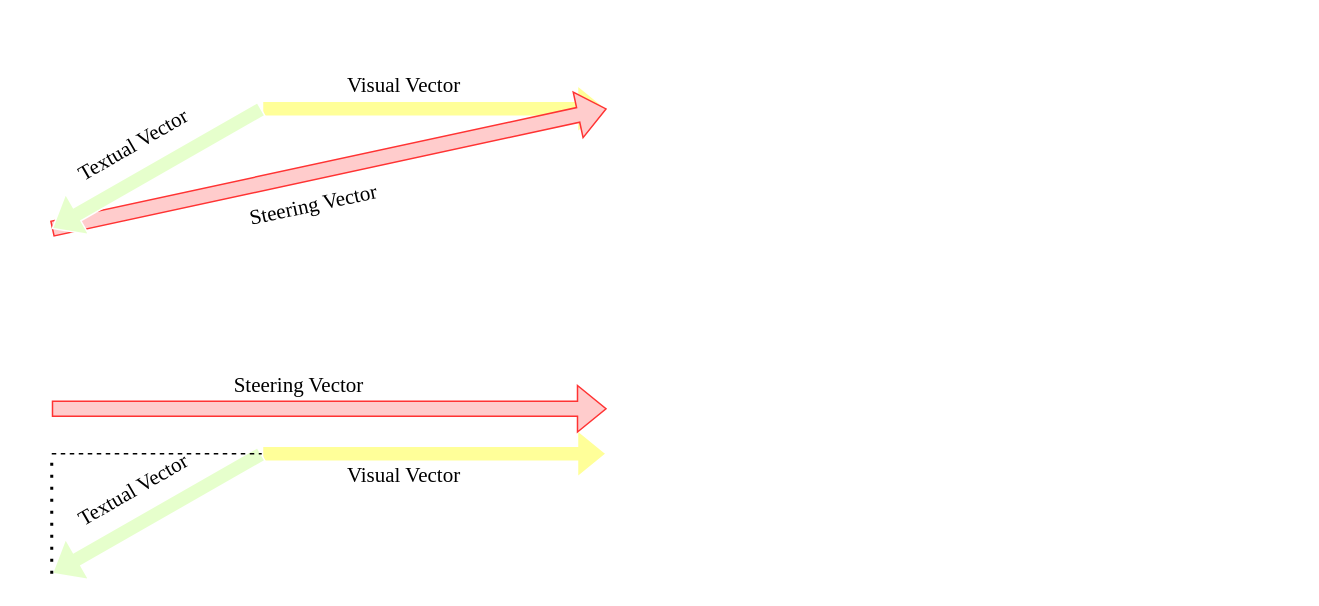
Above: vector_mi.drawio in bozhao-li/hello-world (draw.io), before the change. Source tidied: cells renumbered, new cells numbered last; positions are measured from the earlier drawing's top-left corner, leaving out a move shared by most shapes. Both pictures are drawn from the tidied source at 150%, with x=0, y=0 at pixel (21, 63).
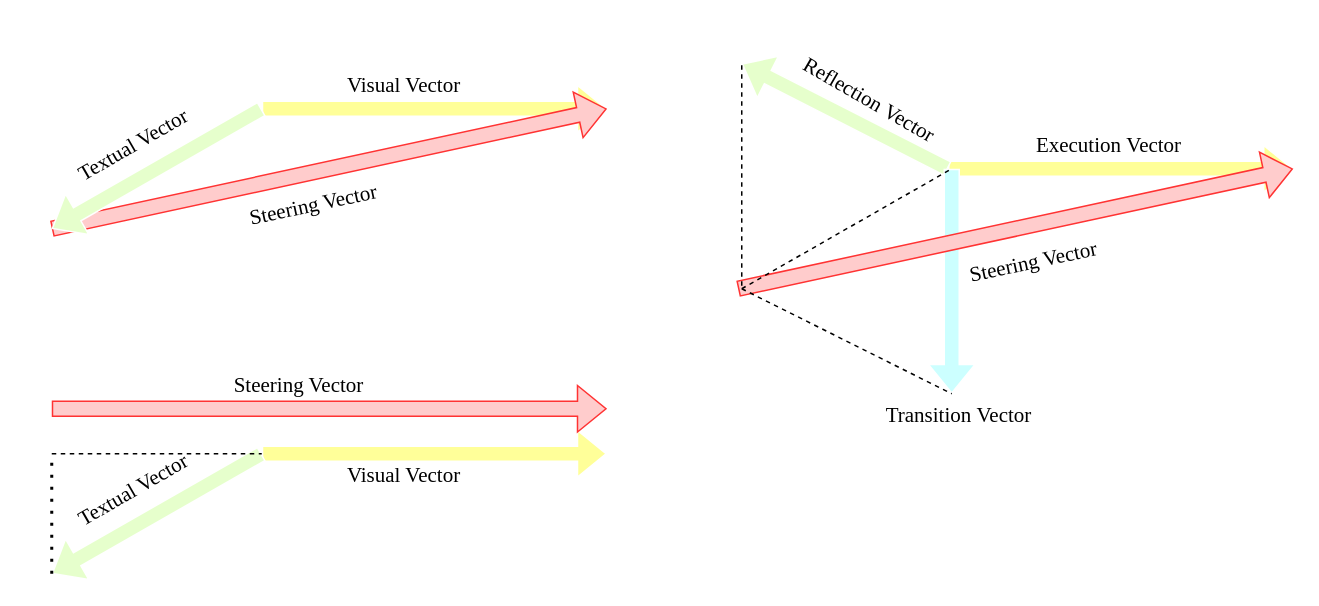
The same diagram, later.

The edit, as a diff of the source:
```diff
@@
+    <mxCell id="16" style="shape=flexArrow;endArrow=classic;html=1;rounded=0;fillColor=#FFFF99;strokeColor=#FFFFFF;" parent="1" edge="1">
+      <mxGeometry relative="1" as="geometry">
+        <mxPoint x="617.5" y="70" as="sourcePoint" />
+        <mxPoint x="847.5" y="70" as="targetPoint" />
+      </mxGeometry>
+    </mxCell>
+    <mxCell id="17" style="shape=flexArrow;endArrow=classic;html=1;rounded=0;fillColor=#E6FFCC;strokeColor=#FFFFFF;" parent="1" edge="1">
+      <mxGeometry relative="1" as="geometry">
+        <mxPoint x="617.5" y="70" as="sourcePoint" />
+        <mxPoint x="480" as="targetPoint" />
+      </mxGeometry>
+    </mxCell>
+    <mxCell id="18" style="shape=flexArrow;endArrow=classic;html=1;rounded=0;fillColor=#CCFFFF;strokeColor=#FFFFFF;" parent="1" edge="1">
+      <mxGeometry relative="1" as="geometry">
+        <mxPoint x="620" y="70" as="sourcePoint" />
+        <mxPoint x="620" y="220" as="targetPoint" />
+      </mxGeometry>
+    </mxCell>
+    <mxCell id="19" style="shape=flexArrow;endArrow=classic;html=1;rounded=0;fillColor=#FFCCCC;strokeColor=#FF3333;" parent="1" edge="1">
+      <mxGeometry relative="1" as="geometry">
+        <mxPoint x="477.5" y="150" as="sourcePoint" />
+        <mxPoint x="847.5" y="70" as="targetPoint" />
+      </mxGeometry>
+    </mxCell>
+    <mxCell id="20" style="endArrow=none;dashed=1;html=1;rounded=0;" parent="1" edge="1">
+      <mxGeometry relative="1" as="geometry">
+        <mxPoint x="480" y="150" as="sourcePoint" />
+        <mxPoint x="620" y="220" as="targetPoint" />
+      </mxGeometry>
+    </mxCell>
+    <mxCell id="21" style="endArrow=none;dashed=1;html=1;rounded=0;" parent="1" edge="1">
+      <mxGeometry relative="1" as="geometry">
+        <mxPoint x="480" y="148" as="sourcePoint" />
+        <mxPoint x="480" y="-2" as="targetPoint" />
+      </mxGeometry>
+    </mxCell>
+    <mxCell id="22" style="endArrow=none;dashed=1;html=1;rounded=0;" parent="1" edge="1">
+      <mxGeometry relative="1" as="geometry">
+        <mxPoint x="480" y="150" as="sourcePoint" />
+        <mxPoint x="620" y="70" as="targetPoint" />
+      </mxGeometry>
+    </mxCell>
+    <mxCell id="23" value="&lt;font style=&quot;font-size: 14px;&quot; face=&quot;Times New Roman&quot;&gt;Steering Vector&lt;/font&gt;" style="text;html=1;align=center;verticalAlign=middle;whiteSpace=wrap;rounded=0;rotation=348;" parent="1" vertex="1">
+      <mxGeometry x="600" y="118" width="150" height="30" as="geometry" />
+    </mxCell>
+    <mxCell id="24" value="&lt;font style=&quot;font-size: 14px;&quot; face=&quot;Times New Roman&quot;&gt;Execution&lt;/font&gt;&lt;font style=&quot;font-size: 14px;&quot; face=&quot;Times New Roman&quot;&gt;&amp;nbsp;Vector&lt;/font&gt;" style="text;html=1;align=center;verticalAlign=middle;whiteSpace=wrap;rounded=0;" parent="1" vertex="1">
+      <mxGeometry x="650" y="40" width="150" height="30" as="geometry" />
+    </mxCell>
+    <mxCell id="25" value="&lt;font style=&quot;font-size: 14px;&quot; face=&quot;Times New Roman&quot;&gt;Reflection&lt;/font&gt;&lt;font style=&quot;font-size: 14px;&quot; face=&quot;Times New Roman&quot;&gt;&amp;nbsp;Vector&lt;/font&gt;" style="text;html=1;align=center;verticalAlign=middle;whiteSpace=wrap;rounded=0;rotation=30;" parent="1" vertex="1">
+      <mxGeometry x="490" y="10" width="150" height="30" as="geometry" />
+    </mxCell>
+    <mxCell id="26" value="&lt;font style=&quot;font-size: 14px;&quot; face=&quot;Times New Roman&quot;&gt;Transition&lt;/font&gt;&lt;font style=&quot;font-size: 14px;&quot; face=&quot;Times New Roman&quot;&gt;&amp;nbsp;Vector&lt;/font&gt;" style="text;html=1;align=center;verticalAlign=middle;whiteSpace=wrap;rounded=0;rotation=0;" parent="1" vertex="1">
+      <mxGeometry x="550" y="220" width="150" height="30" as="geometry" />
+    </mxCell>
```
